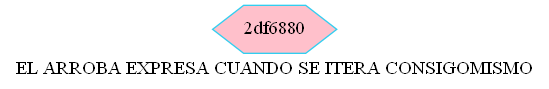
Earlier version of the Graphviz export merkle.png (betebetoven/EDDS2F2). Its source is kept beside it as merkle.dot.
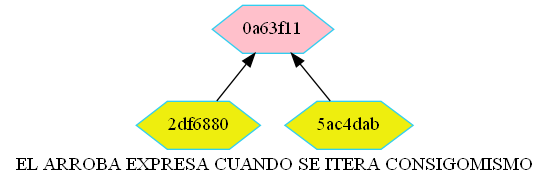
After the commit.

Diff of the diagram source:
```diff
@@ -7,5 +7,7 @@
         node[color = "#31CEF0"]
         rankdir=BT;
 
-"2df6880"[fillcolor="pink"]
+"2df6880" -> "0a63f11"
+"5ac4dab" -> "0a63f11"
+"0a63f11"[fillcolor="pink"]
 }
```
